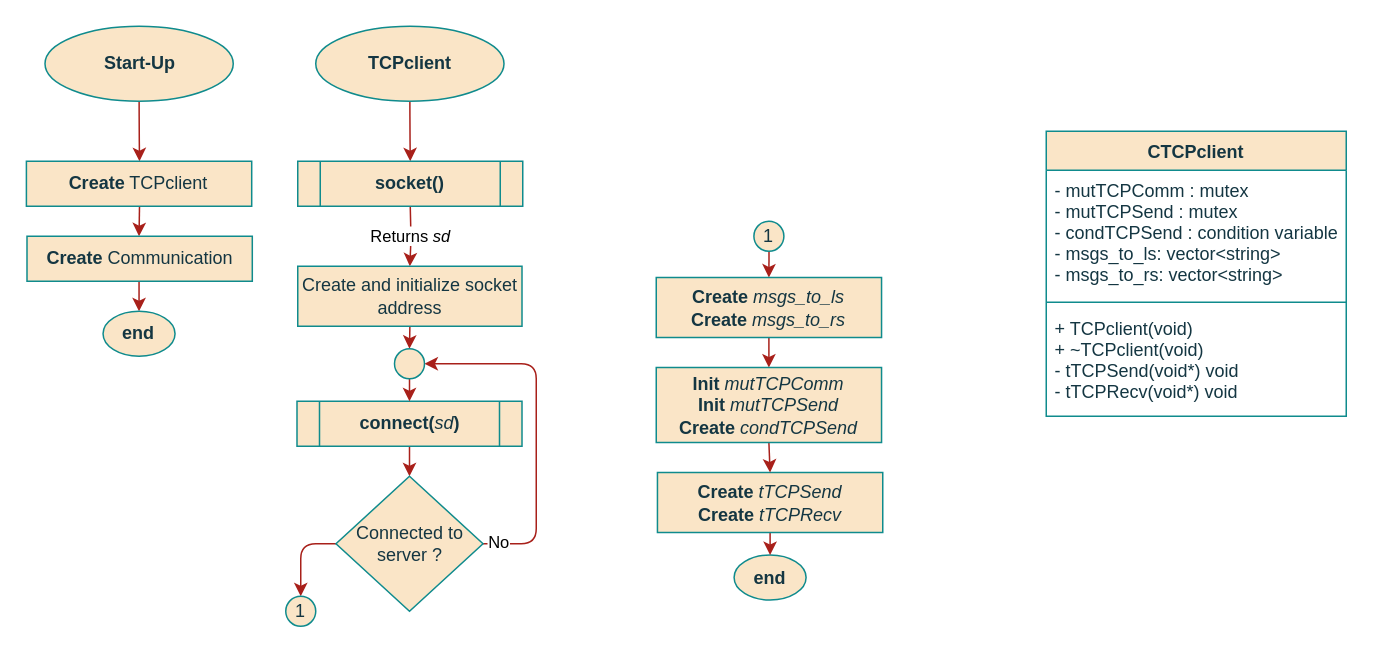
The draw.io diagram page "start-up" (3 of 6) of project/report/flowcharts/LoraComms.drawio in ESRGgroup9/slipad, before the edit. Source tidied: cells renumbered, new cells numbered last; positions are measured from the earlier drawing's top-left corner, leaving out a move shared by most shapes. Both pictures are drawn from the tidied source at 150%, with x=0, y=0 at pixel (26, 26).
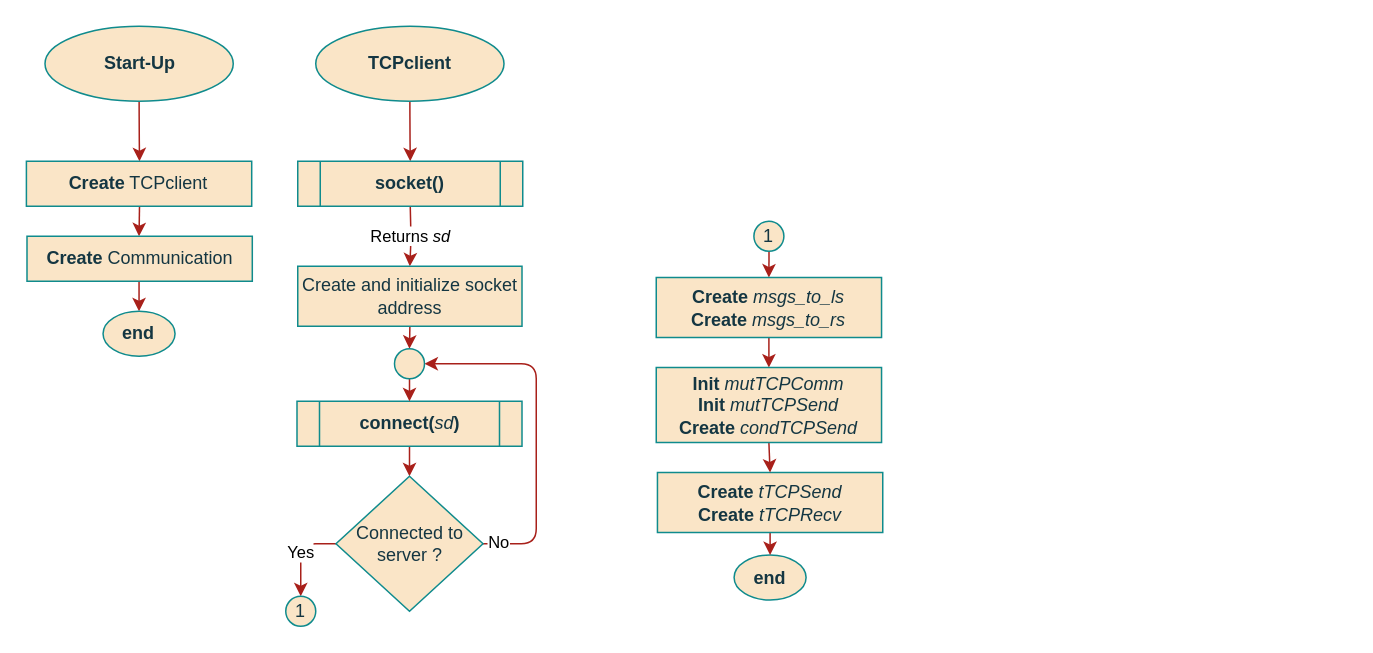
The same diagram, later.

The change refers to these unchanged cells:
```xml
<mxCell id="19" value="Connected to server ?" style="rhombus;whiteSpace=wrap;html=1;rounded=0;sketch=0;fontColor=#143642;strokeColor=#0F8B8D;fillColor=#FAE5C7;" parent="1" vertex="1">
  <mxGeometry x="206.5" y="300" width="98" height="90" as="geometry" />
</mxCell>
<mxCell id="35" value="1" style="ellipse;whiteSpace=wrap;html=1;rounded=0;sketch=0;fontColor=#143642;strokeColor=#0F8B8D;fillColor=#FAE5C7;" parent="1" vertex="1">
  <mxGeometry x="173" y="380" width="20" height="20" as="geometry" />
</mxCell>
```

What changed in the source:
```diff
@@
-    <mxCell id="18" style="edgeStyle=orthogonalEdgeStyle;rounded=1;jettySize=auto;html=1;exitX=0;exitY=0.5;exitDx=0;exitDy=0;entryX=0.5;entryY=0;entryDx=0;entryDy=0;fontSize=11;strokeColor=#A8201A;" parent="1" edge="1" source="19" target="35">
+    <mxCell id="18" value="Yes" style="edgeStyle=orthogonalEdgeStyle;rounded=1;jettySize=auto;html=1;exitX=0;exitY=0.5;exitDx=0;exitDy=0;entryX=0.5;entryY=0;entryDx=0;entryDy=0;fontSize=11;strokeColor=#A8201A;" parent="1" edge="1" source="19" target="35">
       <mxGeometry relative="1" as="geometry" />
     </mxCell>
@@
-    <mxCell id="27" value="CTCPclient" style="swimlane;fontStyle=1;align=center;verticalAlign=top;horizontal=1;startSize=26;fillColor=#FAE5C7;strokeColor=#0F8B8D;fontColor=#143642;" parent="1" vertex="1">
-      <mxGeometry x="680" y="70" width="200" height="190" as="geometry" />
-    </mxCell>
-    <mxCell id="28" value="-  mutTCPComm : mutex&#10;-  mutTCPSend : mutex&#10;- condTCPSend : condition variable&#10;- msgs_to_ls: vector&lt;string&gt;&#10;- msgs_to_rs: vector&lt;string&gt;&#10;&#10;&#10;&#10;" style="text;strokeColor=none;fillColor=none;align=left;verticalAlign=top;spacingLeft=4;spacingRight=4;overflow=hidden;fontColor=#143642;" parent="27" vertex="1">
-      <mxGeometry y="26" width="200" height="84" as="geometry" />
-    </mxCell>
-    <mxCell id="29" style="line;strokeWidth=1;fillColor=none;align=left;verticalAlign=middle;spacingTop=-1;spacingLeft=3;spacingRight=3;labelPosition=right;labelBackgroundColor=#DAD2D8;strokeColor=#0F8B8D;fontColor=#143642;" parent="27" vertex="1">
-      <mxGeometry y="110" width="200" height="8" as="geometry" />
-    </mxCell>
-    <mxCell id="30" value="+ TCPclient(void)&#10;+ ~TCPclient(void)&#10;- tTCPSend(void*) void &#10;- tTCPRecv(void*) void&#10;&#10;&#10;&#10;" style="text;strokeColor=none;fillColor=none;align=left;verticalAlign=top;spacingLeft=4;spacingRight=4;overflow=hidden;fontColor=#143642;" parent="27" vertex="1">
-      <mxGeometry y="118" width="200" height="72" as="geometry" />
-    </mxCell>
```
